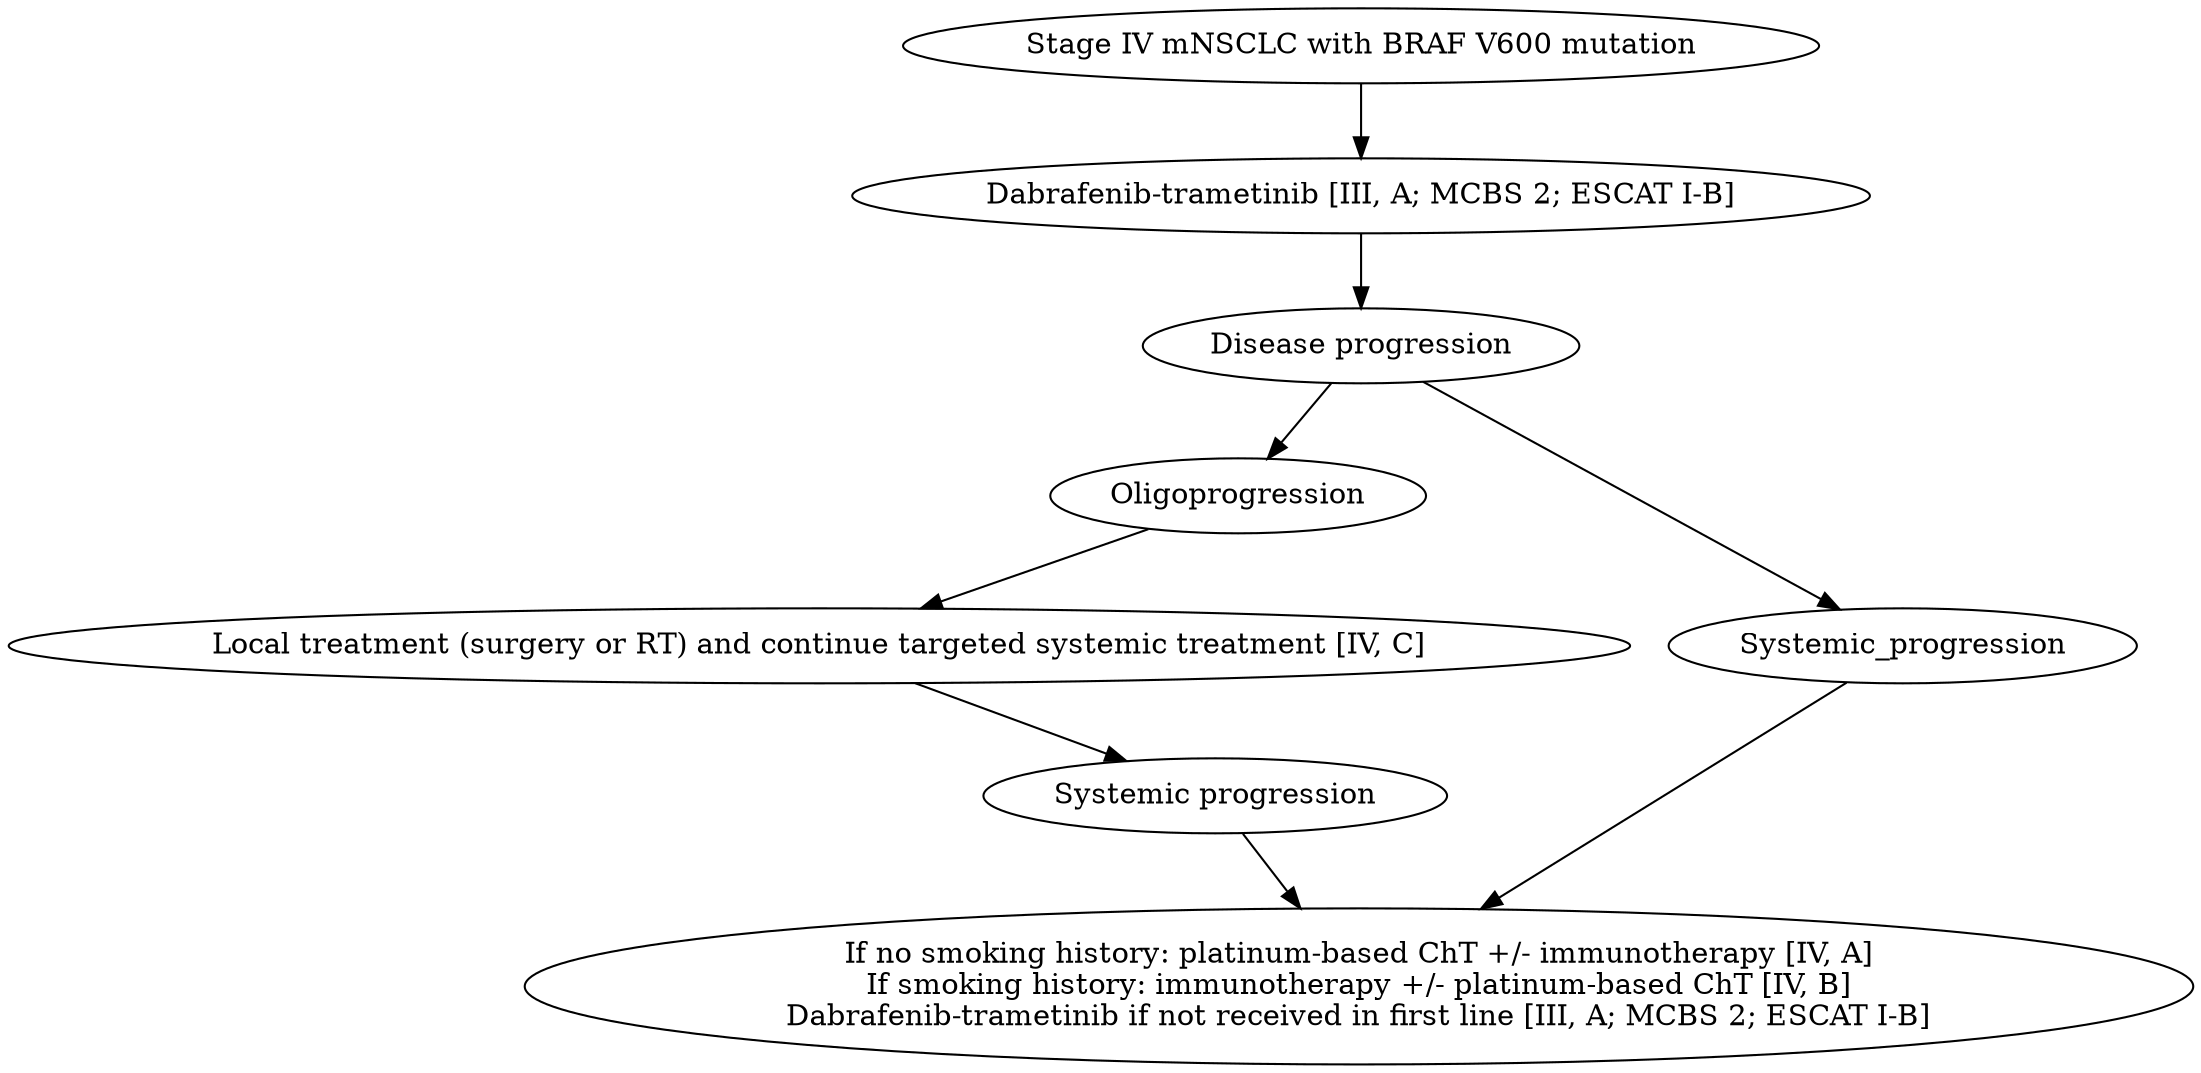
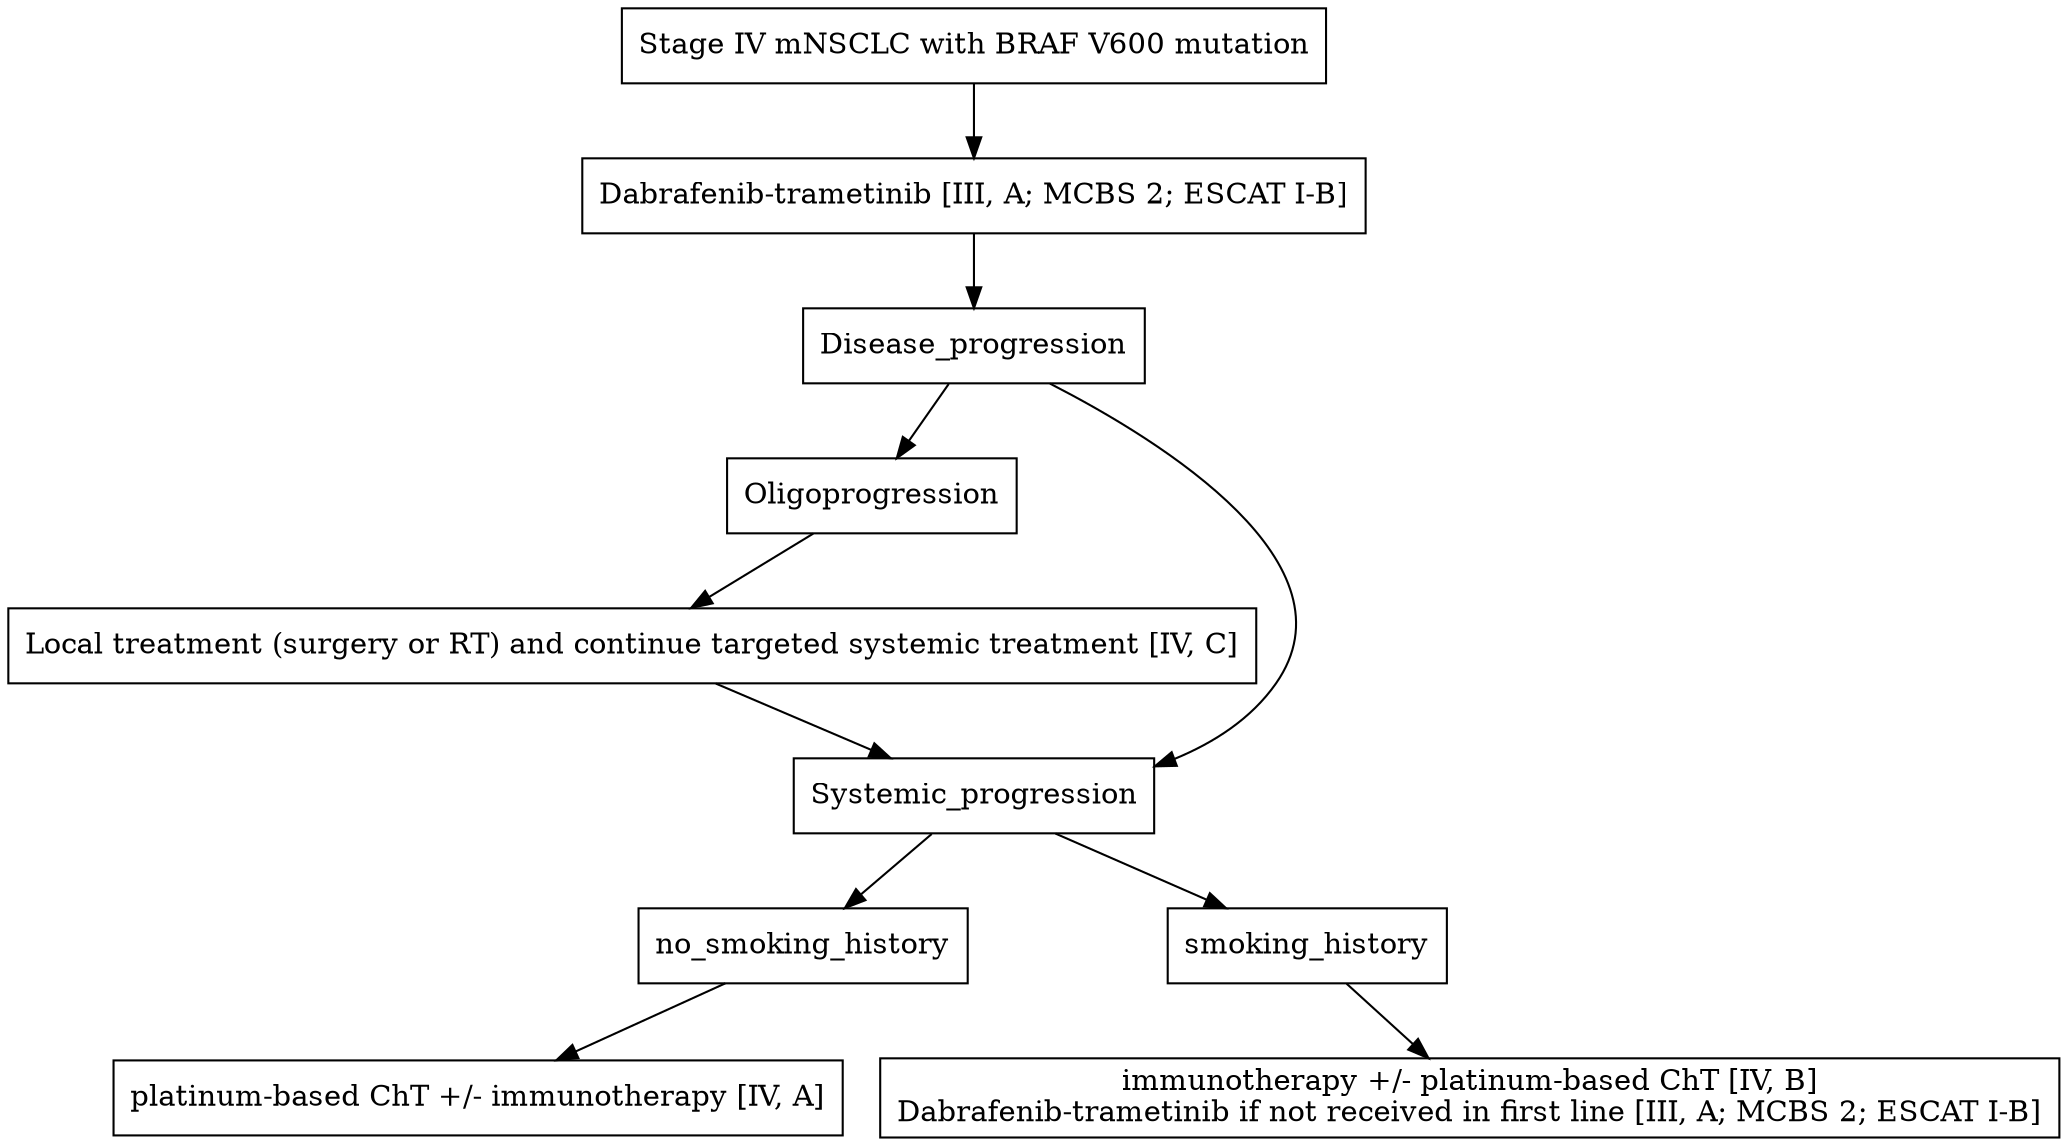
digraph G {
+     node [shape=box];
+ 
    a [label="Stage IV mNSCLC with BRAF V600 mutation"];
    b [label="Dabrafenib-trametinib [III, A; MCBS 2; ESCAT I-B]"];
-     c [label="Disease progression"];
+     c [label="Disease_progression"];
    d [label="Oligoprogression"];
-     e [label="Systemic_progression"];
-     f [label="Local treatment (surgery or RT) and continue targeted systemic treatment [IV, C]"];
-     g [label="Systemic progression"];
-     h [label="If no smoking history: platinum-based ChT +/- immunotherapy [IV, A]\nIf smoking history: immunotherapy +/- platinum-based ChT [IV, B]\nDabrafenib-trametinib if not received in first line [III, A; MCBS 2; ESCAT I-B]"];
+     e [label="Local treatment (surgery or RT) and continue targeted systemic treatment [IV, C]"];
+     f [label="Systemic_progression"];
+     g [label="no_smoking_history"];
+     h [label="platinum-based ChT +/- immunotherapy [IV, A]"];
+     i [label="smoking_history"];
+     j [label="immunotherapy +/- platinum-based ChT [IV, B]\nDabrafenib-trametinib if not received in first line [III, A; MCBS 2; ESCAT I-B]"];

    a -> b;
    b -> c;
    c -> d;
-     c -> e;
-     d -> f;
+     c -> f;
+     d -> e;
+     e -> f;
    f -> g;
+     f -> i;
    g -> h;
-     e -> h;
+     i -> j;
}